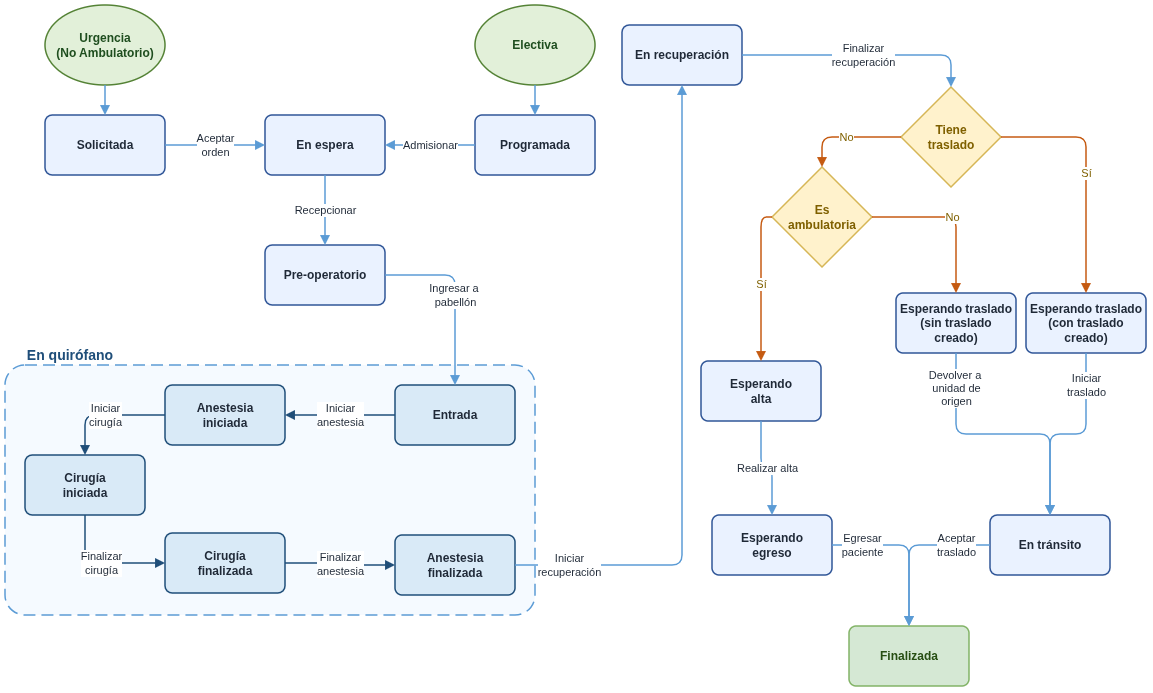
Earlier version of the draw.io export imagenes/diagrama-simplificado-estados-proceso-quirurgico.png (frgonzal/informe-final-memoria-dcc). Source tidied: cells renumbered, new cells last; positions are measured from the earlier drawing's top-left corner, leaving out a move shared by most shapes.
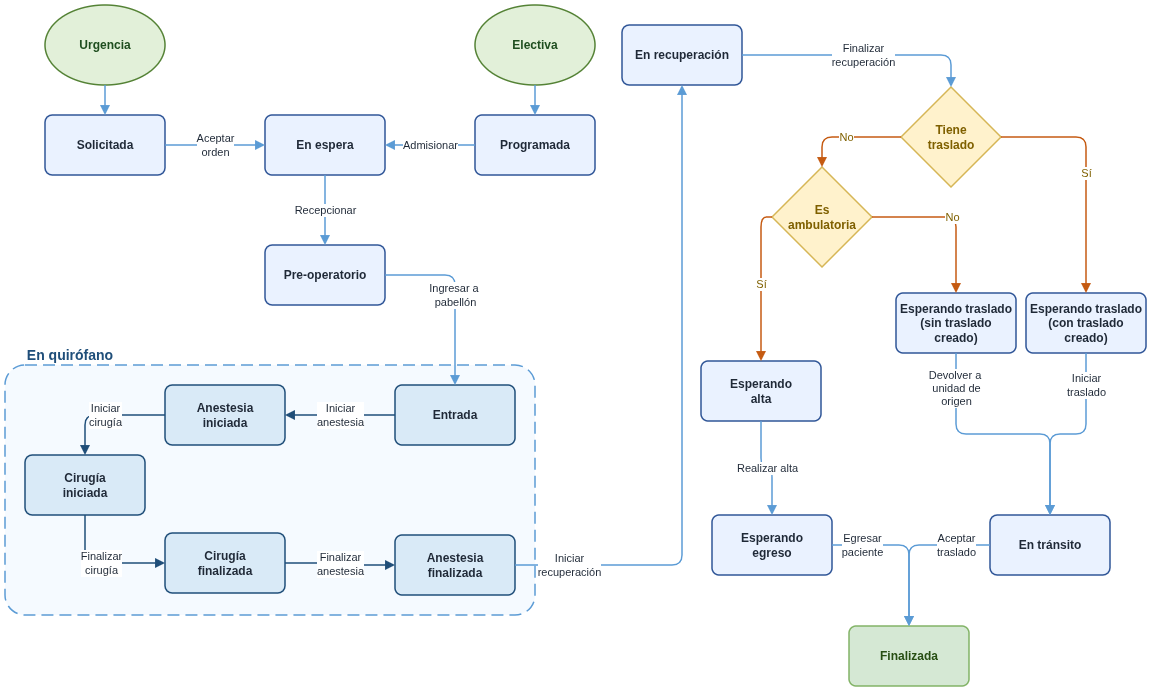
After the change.

Change to the diagram source:
```diff
@@ -5,7 +5,7 @@
     <mxCell id="2" style="rounded=1;whiteSpace=wrap;html=1;arcSize=8;fillColor=#F5FAFF;strokeColor=#5B9BD5;strokeWidth=1.5;dashed=1;dashPattern=8 4;" parent="1" vertex="1">
       <mxGeometry y="360" width="530" height="250" as="geometry" />
     </mxCell>
-    <mxCell id="3" value="Urgencia&lt;div&gt;(No Ambulatorio)&lt;/div&gt;" style="ellipse;whiteSpace=wrap;html=1;fillColor=#E2F0D9;strokeColor=#548235;strokeWidth=1.5;fontColor=#1F4E1F;fontStyle=1;" parent="1" vertex="1">
+    <mxCell id="3" value="Urgencia" style="ellipse;whiteSpace=wrap;html=1;fillColor=#E2F0D9;strokeColor=#548235;strokeWidth=1.5;fontColor=#1F4E1F;fontStyle=1;" parent="1" vertex="1">
       <mxGeometry x="40" width="120" height="80" as="geometry" />
     </mxCell>
     <mxCell id="4" value="Electiva" style="ellipse;whiteSpace=wrap;html=1;fillColor=#E2F0D9;strokeColor=#548235;strokeWidth=1.5;fontColor=#1F4E1F;fontStyle=1;" parent="1" vertex="1">
```
